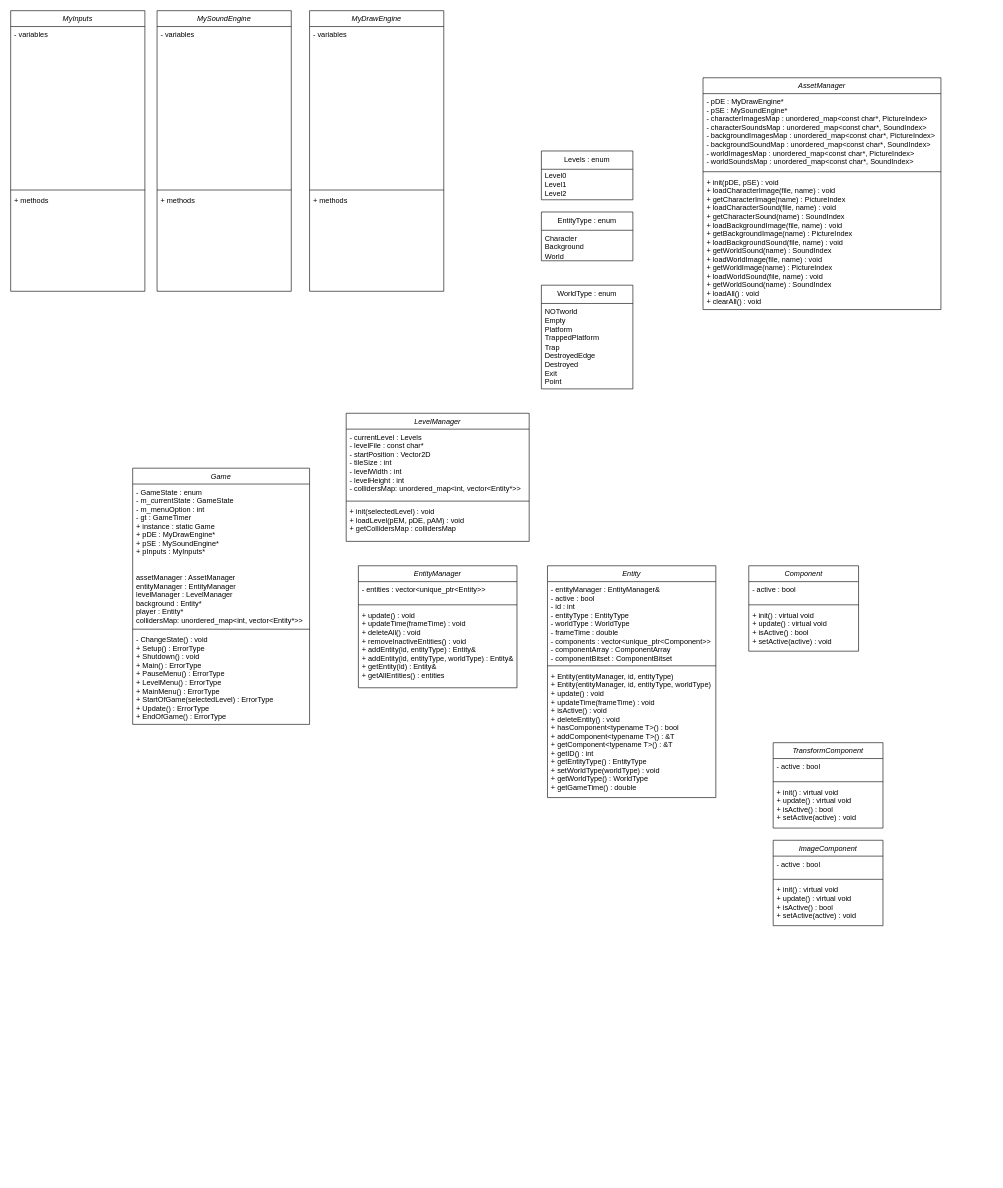
Above: classDiagram.drawio in dnilhnry/CPP-Game-Engine-and-Basic-Platformer (draw.io), before the change. Source tidied: cells renumbered, new cells numbered last; positions are measured from the earlier drawing's top-left corner, leaving out a move shared by most shapes. Both pictures are drawn from the tidied source at 61%, with x=0, y=0 at pixel (10, 10).
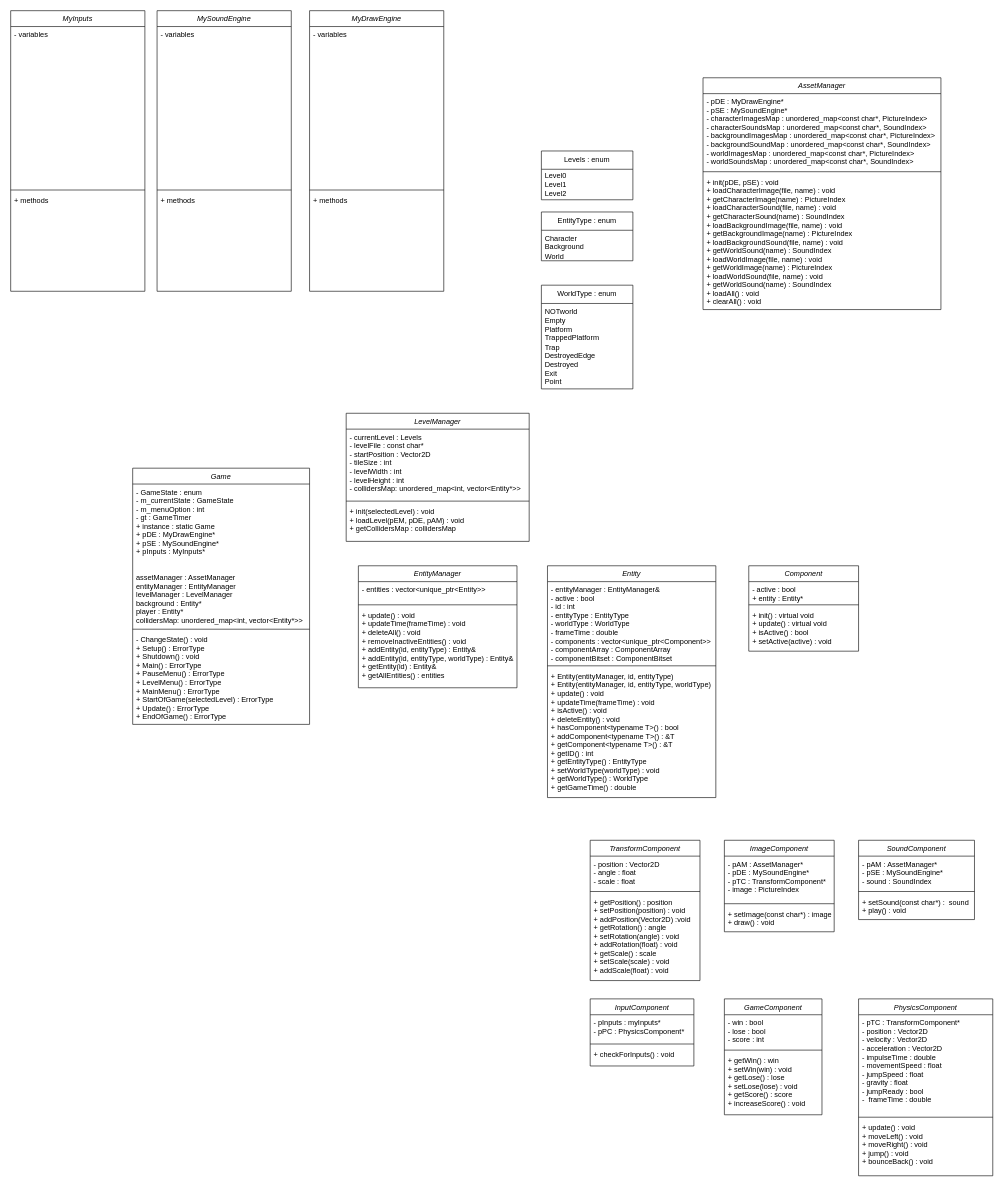
The same page after the edit.

The change refers to these unchanged cells:
```xml
<mxCell id="14" value="Component" style="swimlane;fontStyle=2;align=center;verticalAlign=top;horizontal=1;startSize=26;rounded=0;shadow=0;strokeWidth=1;" parent="1" vertex="1">
  <mxGeometry x="1210" y="910" width="180" height="140" as="geometry" />
</mxCell>
```

The edit, as a diff of the source:
```diff
@@
-    <mxCell id="15" value="- active : bool" style="text;align=left;verticalAlign=top;spacingLeft=4;spacingRight=4;overflow=hidden;" parent="14" vertex="1">
+    <mxCell id="15" value="- active : bool&#10;+ entity : Entity*" style="text;align=left;verticalAlign=top;spacingLeft=4;spacingRight=4;overflow=hidden;" parent="14" vertex="1">
       <mxGeometry y="26" width="180" height="34" as="geometry" />
     </mxCell>
@@
     <mxCell id="44" value="TransformComponent" style="swimlane;fontStyle=2;align=center;verticalAlign=top;horizontal=1;startSize=26;rounded=0;shadow=0;strokeWidth=1;" parent="1" vertex="1">
-      <mxGeometry x="1250" y="1200" width="180" height="140" as="geometry" />
+      <mxGeometry x="950" y="1360" width="180" height="230" as="geometry" />
     </mxCell>
-    <mxCell id="45" value="- active : bool" style="text;align=left;verticalAlign=top;spacingLeft=4;spacingRight=4;overflow=hidden;" parent="44" vertex="1">
-      <mxGeometry y="26" width="180" height="34" as="geometry" />
+    <mxCell id="45" value="- position : Vector2D&#10;- angle : float&#10;- scale : float" style="text;align=left;verticalAlign=top;spacingLeft=4;spacingRight=4;overflow=hidden;" parent="44" vertex="1">
+      <mxGeometry y="26" width="180" height="54" as="geometry" />
     </mxCell>
     <mxCell id="46" style="line;html=1;strokeWidth=1;align=left;verticalAlign=middle;spacingTop=-1;spacingLeft=3;spacingRight=3;labelPosition=right;" parent="44" vertex="1">
-      <mxGeometry y="60" width="180" height="8" as="geometry" />
+      <mxGeometry y="80" width="180" height="8" as="geometry" />
     </mxCell>
-    <mxCell id="47" value="+ init() : virtual void&#10;+ update() : virtual void&#10;+ isActive() : bool&#10;+ setActive(active) : void" style="text;align=left;verticalAlign=top;spacingLeft=4;spacingRight=4;overflow=hidden;" parent="44" vertex="1">
-      <mxGeometry y="68" width="180" height="72" as="geometry" />
+    <mxCell id="47" value="+ getPosition() : position&#10;+ setPosition(position) : void&#10;+ addPosition(Vector2D) :void&#10;+ getRotation() : angle&#10;+ setRotation(angle) : void&#10;+ addRotation(float) : void&#10;+ getScale() : scale&#10;+ setScale(scale) : void&#10;+ addScale(float) : void" style="text;align=left;verticalAlign=top;spacingLeft=4;spacingRight=4;overflow=hidden;" parent="44" vertex="1">
+      <mxGeometry y="88" width="180" height="132" as="geometry" />
     </mxCell>
     <mxCell id="48" value="ImageComponent" style="swimlane;fontStyle=2;align=center;verticalAlign=top;horizontal=1;startSize=26;rounded=0;shadow=0;strokeWidth=1;" parent="1" vertex="1">
-      <mxGeometry x="1250" y="1360" width="180" height="140" as="geometry" />
+      <mxGeometry x="1170" y="1360" width="180" height="150" as="geometry" />
     </mxCell>
-    <mxCell id="49" value="- active : bool" style="text;align=left;verticalAlign=top;spacingLeft=4;spacingRight=4;overflow=hidden;" parent="48" vertex="1">
-      <mxGeometry y="26" width="180" height="34" as="geometry" />
+    <mxCell id="49" value="- pAM : AssetManager*&#10;- pDE : MySoundEngine*&#10;- pTC : TransformComponent*&#10;- image : PictureIndex" style="text;align=left;verticalAlign=top;spacingLeft=4;spacingRight=4;overflow=hidden;" parent="48" vertex="1">
+      <mxGeometry y="26" width="180" height="74" as="geometry" />
     </mxCell>
     <mxCell id="50" style="line;html=1;strokeWidth=1;align=left;verticalAlign=middle;spacingTop=-1;spacingLeft=3;spacingRight=3;labelPosition=right;" parent="48" vertex="1">
-      <mxGeometry y="60" width="180" height="8" as="geometry" />
+      <mxGeometry y="100" width="180" height="8" as="geometry" />
     </mxCell>
-    <mxCell id="51" value="+ init() : virtual void&#10;+ update() : virtual void&#10;+ isActive() : bool&#10;+ setActive(active) : void" style="text;align=left;verticalAlign=top;spacingLeft=4;spacingRight=4;overflow=hidden;" parent="48" vertex="1">
-      <mxGeometry y="68" width="180" height="72" as="geometry" />
+    <mxCell id="51" value="+ setImage(const char*) : image&#10;+ draw() : void" style="text;align=left;verticalAlign=top;spacingLeft=4;spacingRight=4;overflow=hidden;" parent="48" vertex="1">
+      <mxGeometry y="108" width="180" height="42" as="geometry" />
     </mxCell>
+    <mxCell id="52" value="SoundComponent" style="swimlane;fontStyle=2;align=center;verticalAlign=top;horizontal=1;startSize=26;rounded=0;shadow=0;strokeWidth=1;" parent="1" vertex="1">
+      <mxGeometry x="1390" y="1360" width="190" height="130" as="geometry" />
+    </mxCell>
+    <mxCell id="53" value="- pAM : AssetManager*&#10;- pSE : MySoundEngine*&#10;- sound : SoundIndex" style="text;align=left;verticalAlign=top;spacingLeft=4;spacingRight=4;overflow=hidden;" parent="52" vertex="1">
+      <mxGeometry y="26" width="190" height="54" as="geometry" />
+    </mxCell>
+    <mxCell id="54" style="line;html=1;strokeWidth=1;align=left;verticalAlign=middle;spacingTop=-1;spacingLeft=3;spacingRight=3;labelPosition=right;" parent="52" vertex="1">
+      <mxGeometry y="80" width="190" height="8" as="geometry" />
+    </mxCell>
+    <mxCell id="55" value="+ setSound(const char*) :  sound&#10;+ play() : void" style="text;align=left;verticalAlign=top;spacingLeft=4;spacingRight=4;overflow=hidden;" parent="52" vertex="1">
+      <mxGeometry y="88" width="190" height="42" as="geometry" />
+    </mxCell>
+    <mxCell id="56" value="InputComponent" style="swimlane;fontStyle=2;align=center;verticalAlign=top;horizontal=1;startSize=26;rounded=0;shadow=0;strokeWidth=1;" parent="1" vertex="1">
+      <mxGeometry x="950" y="1620" width="170" height="110" as="geometry" />
+    </mxCell>
+    <mxCell id="57" value="- pInputs : myInputs*&#10;- pPC : PhysicsComponent*" style="text;align=left;verticalAlign=top;spacingLeft=4;spacingRight=4;overflow=hidden;" parent="56" vertex="1">
+      <mxGeometry y="26" width="170" height="44" as="geometry" />
+    </mxCell>
+    <mxCell id="58" style="line;html=1;strokeWidth=1;align=left;verticalAlign=middle;spacingTop=-1;spacingLeft=3;spacingRight=3;labelPosition=right;" parent="56" vertex="1">
+      <mxGeometry y="70" width="170" height="8" as="geometry" />
+    </mxCell>
+    <mxCell id="59" value="+ checkForInputs() : void" style="text;align=left;verticalAlign=top;spacingLeft=4;spacingRight=4;overflow=hidden;" parent="56" vertex="1">
+      <mxGeometry y="78" width="170" height="32" as="geometry" />
+    </mxCell>
+    <mxCell id="60" value="GameComponent" style="swimlane;fontStyle=2;align=center;verticalAlign=top;horizontal=1;startSize=26;rounded=0;shadow=0;strokeWidth=1;" parent="1" vertex="1">
+      <mxGeometry x="1170" y="1620" width="160" height="190" as="geometry" />
+    </mxCell>
+    <mxCell id="61" value="- win : bool&#10;- lose : bool&#10;- score : int" style="text;align=left;verticalAlign=top;spacingLeft=4;spacingRight=4;overflow=hidden;" parent="60" vertex="1">
+      <mxGeometry y="26" width="160" height="54" as="geometry" />
+    </mxCell>
+    <mxCell id="62" style="line;html=1;strokeWidth=1;align=left;verticalAlign=middle;spacingTop=-1;spacingLeft=3;spacingRight=3;labelPosition=right;" parent="60" vertex="1">
+      <mxGeometry y="80" width="160" height="8" as="geometry" />
+    </mxCell>
+    <mxCell id="63" value="+ getWin() : win&#10;+ setWin(win) : void&#10;+ getLose() : lose&#10;+ setLose(lose) : void&#10;+ getScore() : score&#10;+ increaseScore() : void" style="text;align=left;verticalAlign=top;spacingLeft=4;spacingRight=4;overflow=hidden;" parent="60" vertex="1">
+      <mxGeometry y="88" width="160" height="102" as="geometry" />
+    </mxCell>
+    <mxCell id="64" value="PhysicsComponent" style="swimlane;fontStyle=2;align=center;verticalAlign=top;horizontal=1;startSize=26;rounded=0;shadow=0;strokeWidth=1;" parent="1" vertex="1">
+      <mxGeometry x="1390" y="1620" width="220" height="290" as="geometry" />
+    </mxCell>
+    <mxCell id="65" value="- pTC : TransformComponent*&#10;- position : Vector2D&#10;- velocity : Vector2D&#10;- acceleration : Vector2D&#10;- impulseTime : double&#10;- movementSpeed : float&#10;- jumpSpeed : float&#10;- gravity : float&#10;- jumpReady : bool&#10;-  frameTime : double" style="text;align=left;verticalAlign=top;spacingLeft=4;spacingRight=4;overflow=hidden;" parent="64" vertex="1">
+      <mxGeometry y="26" width="220" height="164" as="geometry" />
+    </mxCell>
+    <mxCell id="66" style="line;html=1;strokeWidth=1;align=left;verticalAlign=middle;spacingTop=-1;spacingLeft=3;spacingRight=3;labelPosition=right;" parent="64" vertex="1">
+      <mxGeometry y="190" width="220" height="8" as="geometry" />
+    </mxCell>
+    <mxCell id="67" value="+ update() : void&#10;+ moveLeft() : void&#10;+ moveRight() : void&#10;+ jump() : void&#10;+ bounceBack() : void" style="text;align=left;verticalAlign=top;spacingLeft=4;spacingRight=4;overflow=hidden;" parent="64" vertex="1">
+      <mxGeometry y="198" width="220" height="92" as="geometry" />
+    </mxCell>
```
